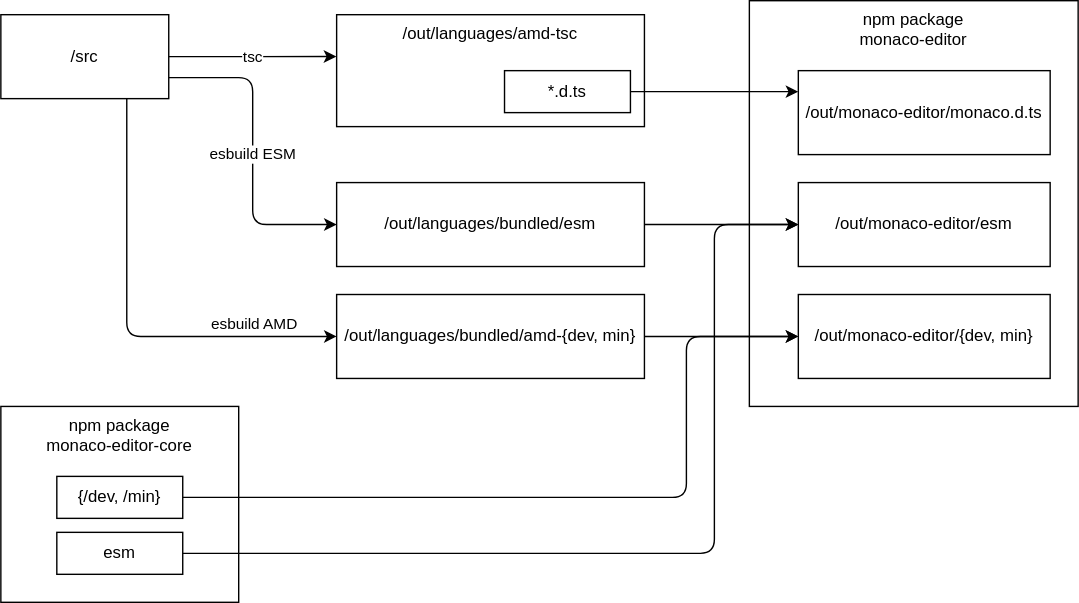
Earlier version of the draw.io export docs/out-folders.dio.svg (microsoft/monaco-editor). Source tidied: cells renumbered, new cells last; positions are measured from the earlier drawing's top-left corner, leaving out a move shared by most shapes.
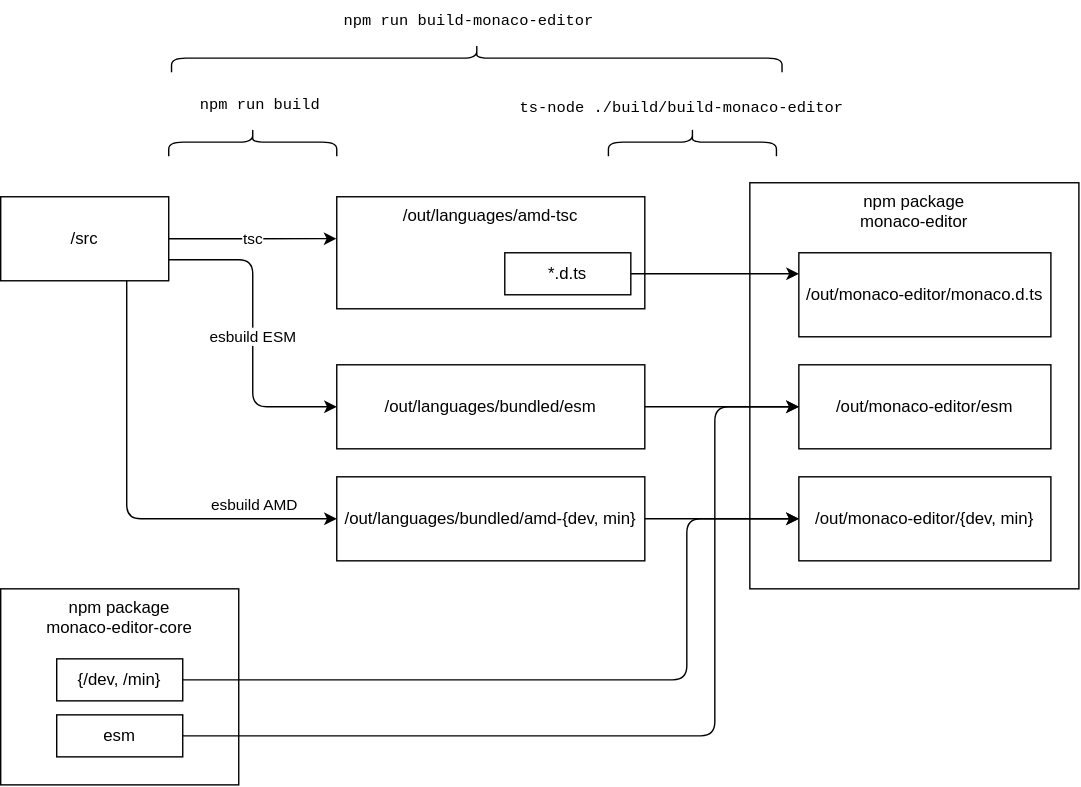
After the commit.

Commit message:
Adds out folder docs

Change to the diagram source:
```diff
@@ -95,5 +95,23 @@
     <mxCell id="23" value="/out/monaco-editor/monaco.d.ts" style="rounded=0;whiteSpace=wrap;" parent="1" vertex="1">
       <mxGeometry x="570" y="50" width="180" height="60" as="geometry" />
     </mxCell>
+    <mxCell id="24" style="shape=curlyBracket;whiteSpace=wrap;html=1;rounded=1;flipH=1;labelPosition=right;verticalLabelPosition=middle;align=left;verticalAlign=middle;rotation=-90;size=0.5;" parent="1" vertex="1">
+      <mxGeometry x="484" y="-89" width="20" height="120" as="geometry" />
+    </mxCell>
+    <mxCell id="25" value="&lt;div style=&quot;background-color: rgb(255, 255, 255); font-family: &amp;quot;Cascadia Code&amp;quot;, Consolas, &amp;quot;Courier New&amp;quot;, monospace, Consolas, &amp;quot;Courier New&amp;quot;, monospace; font-size: 11px; line-height: 19px;&quot;&gt;&lt;span style=&quot;font-size: 11px;&quot;&gt;ts-node ./build/build-monaco-editor&lt;/span&gt;&lt;/div&gt;" style="text;html=1;align=center;verticalAlign=middle;strokeColor=none;fillColor=none;fontColor=default;fontSize=11;" parent="1" vertex="1">
+      <mxGeometry x="361" y="-68" width="250" height="30" as="geometry" />
+    </mxCell>
+    <mxCell id="26" style="shape=curlyBracket;whiteSpace=wrap;html=1;rounded=1;flipH=1;labelPosition=right;verticalLabelPosition=middle;align=left;verticalAlign=middle;rotation=-90;size=0.5;" parent="1" vertex="1">
+      <mxGeometry x="170" y="-89" width="20" height="120" as="geometry" />
+    </mxCell>
+    <mxCell id="27" value="&lt;div style=&quot;background-color: rgb(255, 255, 255); font-family: &amp;quot;Cascadia Code&amp;quot;, Consolas, &amp;quot;Courier New&amp;quot;, monospace, Consolas, &amp;quot;Courier New&amp;quot;, monospace; font-size: 11px; line-height: 19px;&quot;&gt;npm run build&lt;/div&gt;" style="text;html=1;align=center;verticalAlign=middle;strokeColor=none;fillColor=none;fontColor=default;fontSize=11;" parent="1" vertex="1">
+      <mxGeometry x="130" y="-70" width="110" height="30" as="geometry" />
+    </mxCell>
+    <mxCell id="28" style="shape=curlyBracket;whiteSpace=wrap;html=1;rounded=1;flipH=1;labelPosition=right;verticalLabelPosition=middle;align=left;verticalAlign=middle;rotation=-90;size=0.5;" parent="1" vertex="1">
+      <mxGeometry x="330" y="-307" width="20" height="436" as="geometry" />
+    </mxCell>
+    <mxCell id="29" value="&lt;div style=&quot;background-color: rgb(255, 255, 255); font-family: &amp;quot;Cascadia Code&amp;quot;, Consolas, &amp;quot;Courier New&amp;quot;, monospace, Consolas, &amp;quot;Courier New&amp;quot;, monospace; font-size: 11px; line-height: 19px;&quot;&gt;npm run build-monaco-editor&lt;/div&gt;" style="text;html=1;align=center;verticalAlign=middle;strokeColor=none;fillColor=none;fontColor=default;fontSize=11;" parent="1" vertex="1">
+      <mxGeometry x="234" y="-130" width="200" height="30" as="geometry" />
+    </mxCell>
   </root>
 </mxGraphModel>
```
